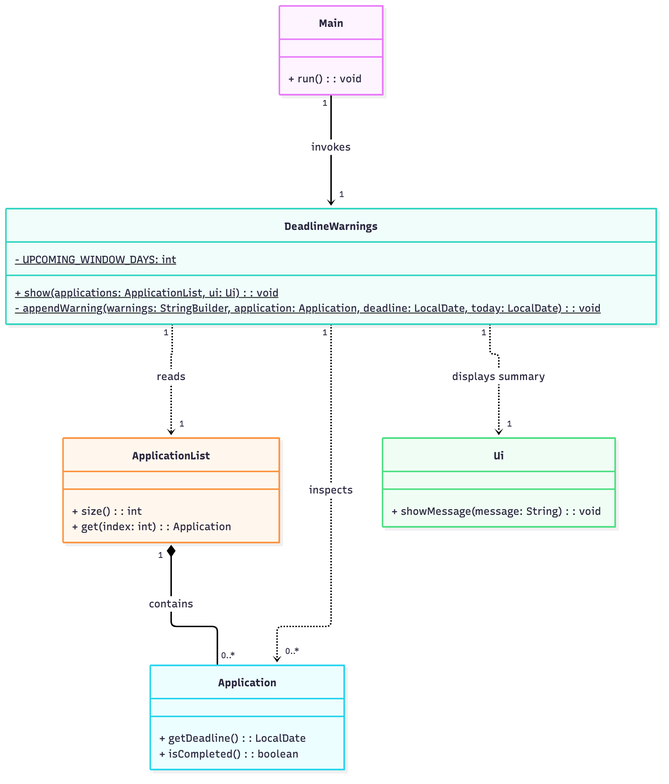
AY2627S1-CS2113-T10-2/tp keeps this Mermaid diagram as docs/diagrams/deadline-warnings-class.png. Above is the earlier version. Its source is kept beside it as docs/diagrams/sources/deadline-warnings-class.mmd.
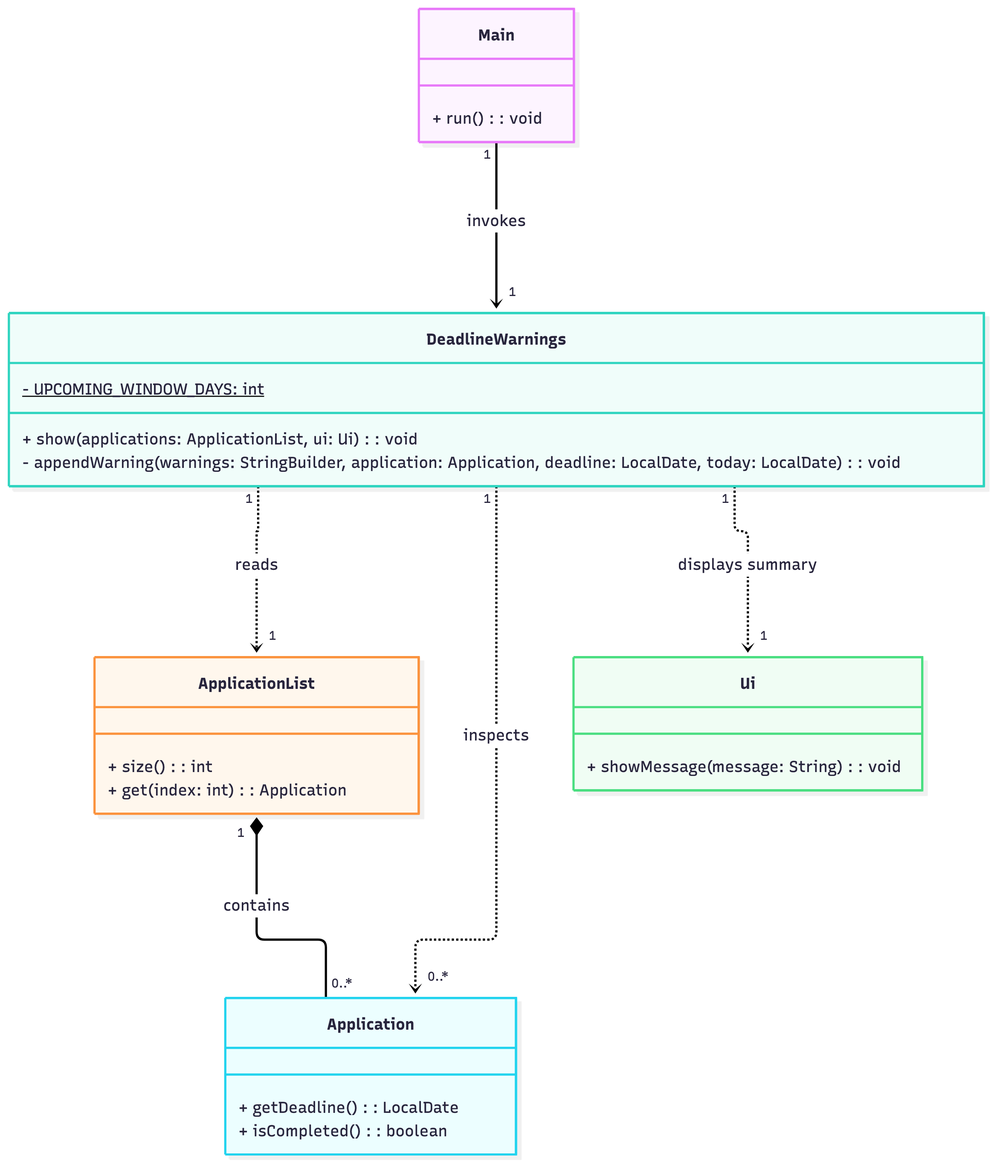
After the commit.

The edit, as a diff of the source:
```diff
@@ -7,8 +7,8 @@
 
     class DeadlineWarnings {
         - UPCOMING_WINDOW_DAYS: int$
-        + show(applications: ApplicationList, ui: Ui)$: void
-        - appendWarning(warnings: StringBuilder, application: Application, deadline: LocalDate, today: LocalDate)$: void
+        + show(applications: ApplicationList, ui: Ui): void
+        - appendWarning(warnings: StringBuilder, application: Application, deadline: LocalDate, today: LocalDate): void
     }
 
     class ApplicationList {
```
